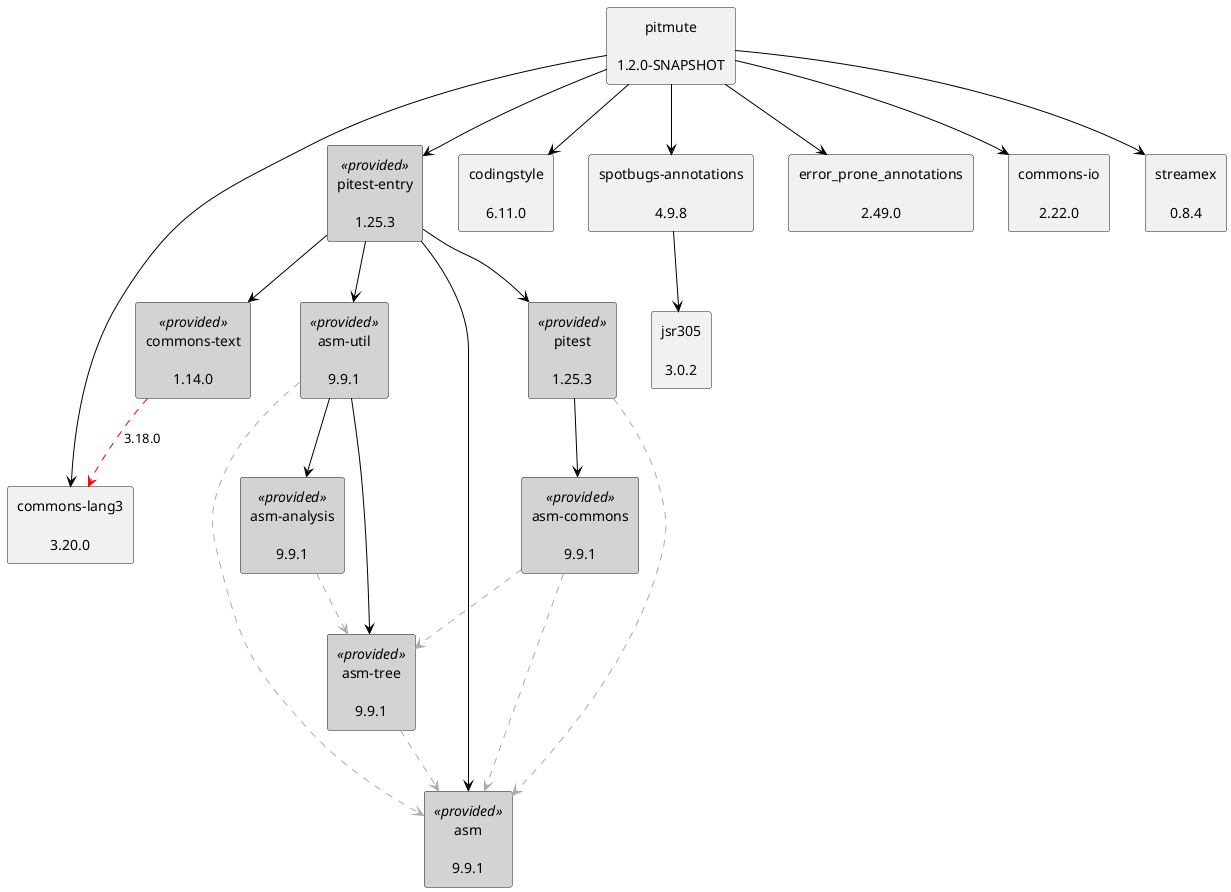
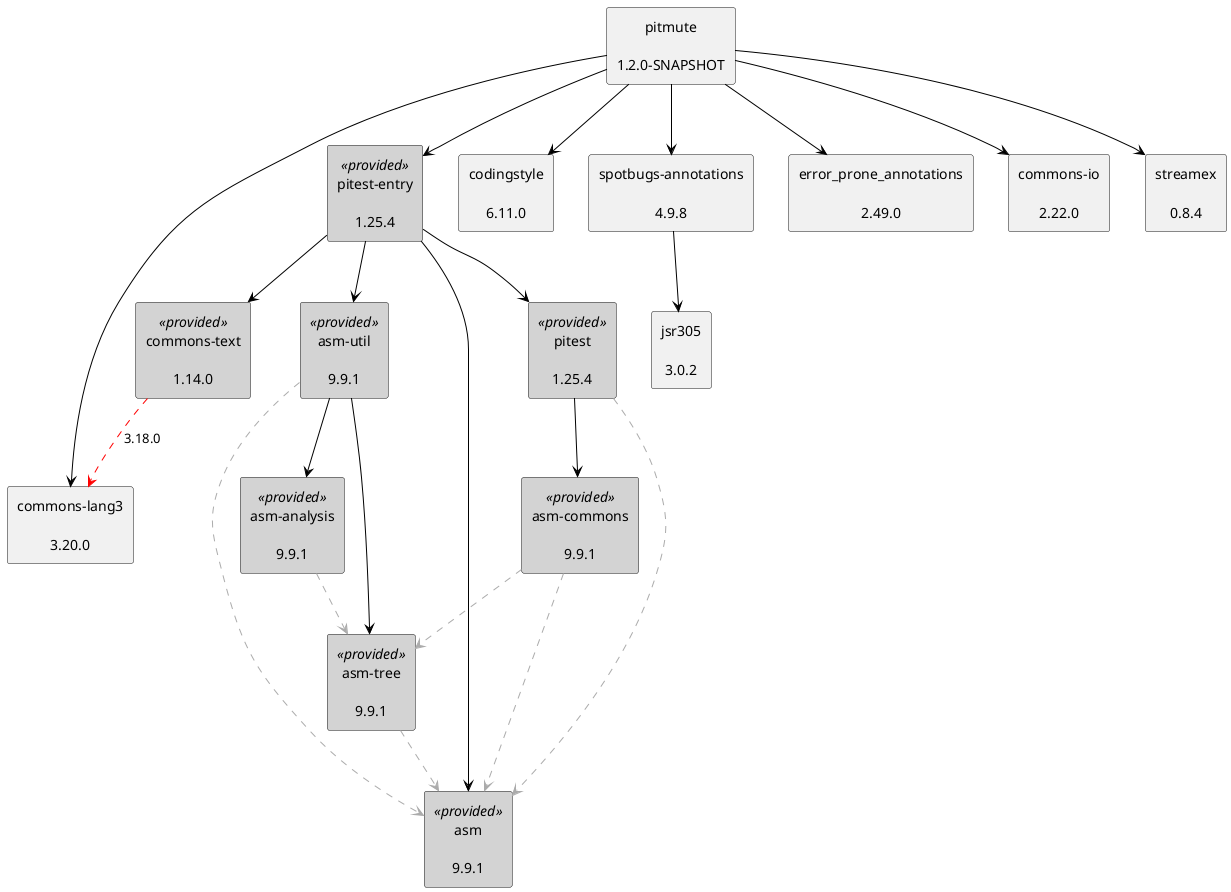
@startuml
skinparam defaultTextAlignment center
skinparam rectangle {
  BackgroundColor<<optional>> beige
  BackgroundColor<<test>> lightGreen
  BackgroundColor<<runtime>> lightBlue
  BackgroundColor<<provided>> lightGray
}
- rectangle "pitest\n\n1.25.3" as org_pitest_pitest_jar<<provided>>
+ rectangle "pitest\n\n1.25.4" as org_pitest_pitest_jar<<provided>>
rectangle "asm\n\n9.9.1" as org_ow2_asm_asm_jar<<provided>>
rectangle "asm-commons\n\n9.9.1" as org_ow2_asm_asm_commons_jar<<provided>>
rectangle "asm-tree\n\n9.9.1" as org_ow2_asm_asm_tree_jar<<provided>>
- rectangle "pitest-entry\n\n1.25.3" as org_pitest_pitest_entry_jar<<provided>>
+ rectangle "pitest-entry\n\n1.25.4" as org_pitest_pitest_entry_jar<<provided>>
rectangle "asm-util\n\n9.9.1" as org_ow2_asm_asm_util_jar<<provided>>
rectangle "asm-analysis\n\n9.9.1" as org_ow2_asm_asm_analysis_jar<<provided>>
rectangle "commons-text\n\n1.14.0" as org_apache_commons_commons_text_jar<<provided>>
rectangle "commons-lang3\n\n3.20.0" as org_apache_commons_commons_lang3_jar
rectangle "pitmute\n\n1.2.0-SNAPSHOT" as edu_hm_hafner_pitmute_jar
rectangle "codingstyle\n\n6.11.0" as edu_hm_hafner_codingstyle_jar
rectangle "spotbugs-annotations\n\n4.9.8" as com_github_spotbugs_spotbugs_annotations_jar
rectangle "jsr305\n\n3.0.2" as com_google_code_findbugs_jsr305_jar
rectangle "error_prone_annotations\n\n2.49.0" as com_google_errorprone_error_prone_annotations_jar
rectangle "commons-io\n\n2.22.0" as commons_io_commons_io_jar
rectangle "streamex\n\n0.8.4" as one_util_streamex_jar
org_pitest_pitest_jar .[#ABABAB].> org_ow2_asm_asm_jar
org_ow2_asm_asm_commons_jar .[#ABABAB].> org_ow2_asm_asm_jar
org_ow2_asm_asm_commons_jar .[#ABABAB].> org_ow2_asm_asm_tree_jar
org_pitest_pitest_jar -[#000000]-> org_ow2_asm_asm_commons_jar
org_pitest_pitest_entry_jar -[#000000]-> org_pitest_pitest_jar
org_pitest_pitest_entry_jar -[#000000]-> org_ow2_asm_asm_jar
org_ow2_asm_asm_util_jar .[#ABABAB].> org_ow2_asm_asm_jar
org_ow2_asm_asm_tree_jar .[#ABABAB].> org_ow2_asm_asm_jar
org_ow2_asm_asm_util_jar -[#000000]-> org_ow2_asm_asm_tree_jar
org_ow2_asm_asm_analysis_jar .[#ABABAB].> org_ow2_asm_asm_tree_jar
org_ow2_asm_asm_util_jar -[#000000]-> org_ow2_asm_asm_analysis_jar
org_pitest_pitest_entry_jar -[#000000]-> org_ow2_asm_asm_util_jar
org_apache_commons_commons_text_jar .[#FF0000].> org_apache_commons_commons_lang3_jar: 3.18.0
org_pitest_pitest_entry_jar -[#000000]-> org_apache_commons_commons_text_jar
edu_hm_hafner_pitmute_jar -[#000000]-> org_pitest_pitest_entry_jar
edu_hm_hafner_pitmute_jar -[#000000]-> edu_hm_hafner_codingstyle_jar
com_github_spotbugs_spotbugs_annotations_jar -[#000000]-> com_google_code_findbugs_jsr305_jar
edu_hm_hafner_pitmute_jar -[#000000]-> com_github_spotbugs_spotbugs_annotations_jar
edu_hm_hafner_pitmute_jar -[#000000]-> com_google_errorprone_error_prone_annotations_jar
edu_hm_hafner_pitmute_jar -[#000000]-> org_apache_commons_commons_lang3_jar
edu_hm_hafner_pitmute_jar -[#000000]-> commons_io_commons_io_jar
edu_hm_hafner_pitmute_jar -[#000000]-> one_util_streamex_jar
@enduml